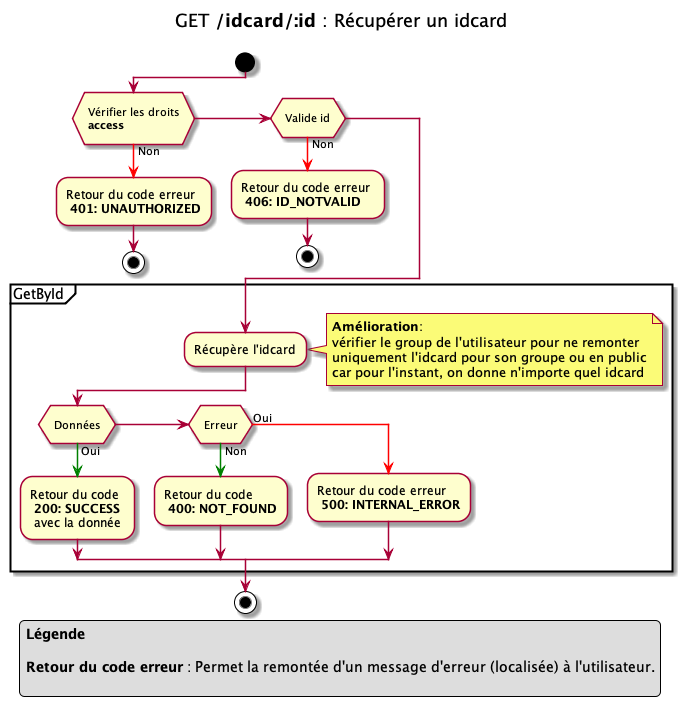
This is 01.byd-DataFactory/1.ArchitectureDossier/images/idcard_getById.png from cogirep/documentation, a PlantUML export, as it was before one commit.
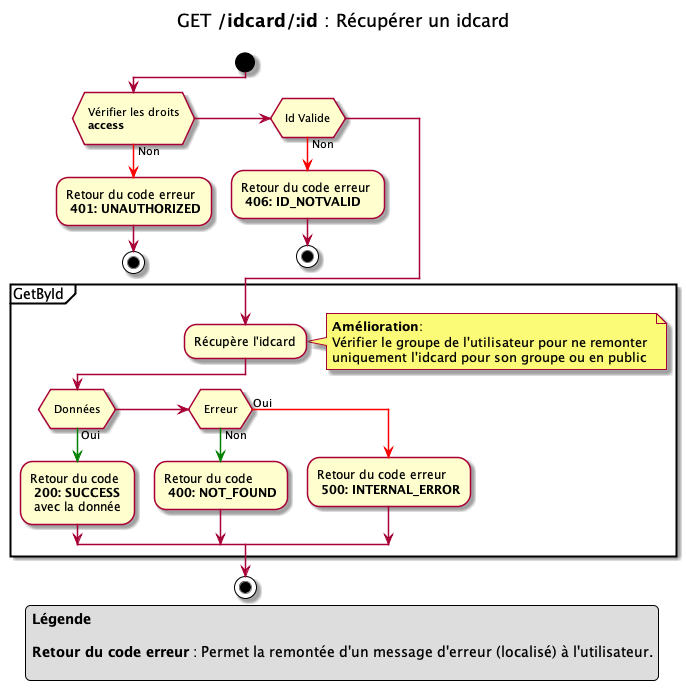
The same file after the commit.

The edit, as a diff of the source:
```diff
@@ -10,7 +10,7 @@
 -[#red]-> Non ;
 -Retour du code erreur \n **401: UNAUTHORIZED**
 stop
-elseif ( \n Valide id \n )
+elseif ( \n Id Valide \n )
 -[#red]-> Non ;
 -Retour du code erreur \n **406: ID_NOTVALID**
 stop
@@ -21,9 +21,8 @@
     -Récupère l'idcard
     note right
     **Amélioration**:
-    vérifier le group de l'utilisateur pour ne remonter
+    Vérifier le groupe de l'utilisateur pour ne remonter
     uniquement l'idcard pour son groupe ou en public
-    car pour l'instant, on donne n'importe quel idcard
     endnote
     if ( \n Données \n )
         -[#green]-> Oui ;
@@ -41,7 +40,7 @@
 legend
 **Légende**
 
-**Retour du code erreur** : Permet la remontée d'un message d'erreur (localisée) à l'utilisateur.
+**Retour du code erreur** : Permet la remontée d'un message d'erreur (localisé) à l'utilisateur.
 
 endlegend
 
```
